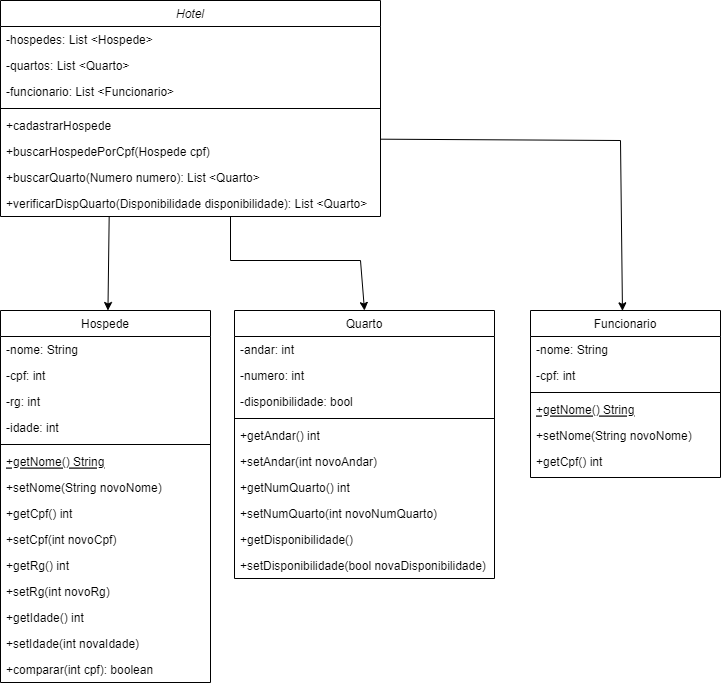
Earlier version of the draw.io export Engenharia de Software/Diagrama de Classes UML.drawio.png (MurilowJr/bertoti). Source tidied: cells renumbered, new cells last; positions are measured from the earlier drawing's top-left corner, leaving out a move shared by most shapes.
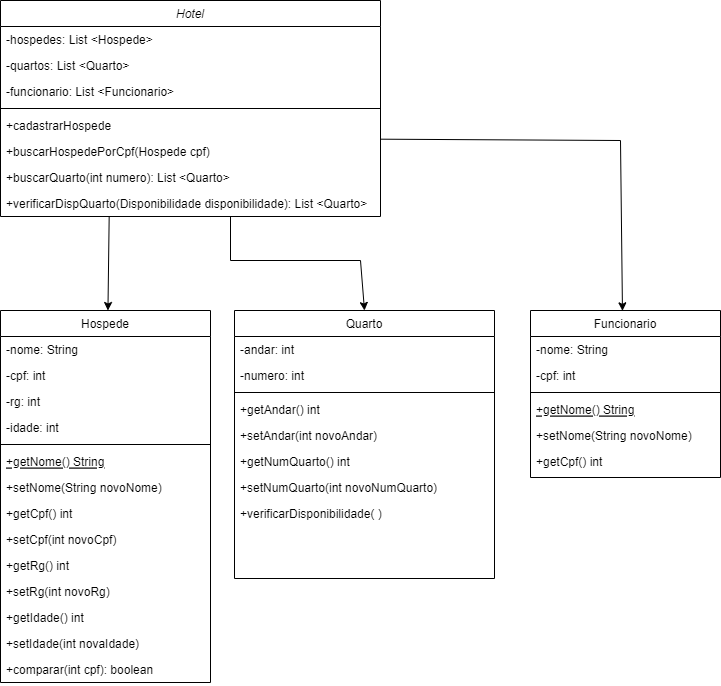
The same file after the commit.

Commit message:
Att diagrama de classes UML

Change to the diagram source:
```diff
@@ -23,7 +23,7 @@
     <mxCell id="8" value="+buscarHospedePorCpf(Hospede cpf)" style="text;align=left;verticalAlign=top;spacingLeft=4;spacingRight=4;overflow=hidden;" parent="2" vertex="1">
       <mxGeometry y="138" width="380" height="26" as="geometry" />
     </mxCell>
-    <mxCell id="9" value="+buscarQuarto(Numero numero): List &lt;Quarto&gt; " style="text;align=left;verticalAlign=top;spacingLeft=4;spacingRight=4;overflow=hidden;" parent="2" vertex="1">
+    <mxCell id="9" value="+buscarQuarto(int numero): List &lt;Quarto&gt; " style="text;align=left;verticalAlign=top;spacingLeft=4;spacingRight=4;overflow=hidden;" parent="2" vertex="1">
       <mxGeometry y="164" width="380" height="26" as="geometry" />
     </mxCell>
     <mxCell id="10" value="+verificarDispQuarto(Disponibilidade disponibilidade): List &lt;Quarto&gt; " style="text;align=left;verticalAlign=top;spacingLeft=4;spacingRight=4;overflow=hidden;points=[[0,0.5],[1,0.5]];portConstraint=eastwest;" parent="2" vertex="1">
@@ -89,30 +89,24 @@
     <mxCell id="29" value="-numero: int" style="text;align=left;verticalAlign=top;spacingLeft=4;spacingRight=4;overflow=hidden;" parent="27" vertex="1">
       <mxGeometry y="52" width="260" height="26" as="geometry" />
     </mxCell>
-    <mxCell id="30" value="-disponibilidade: bool" style="text;align=left;verticalAlign=top;spacingLeft=4;spacingRight=4;overflow=hidden;" parent="27" vertex="1">
-      <mxGeometry y="78" width="260" height="26" as="geometry" />
-    </mxCell>
     <mxCell id="31" style="line;html=1;strokeWidth=1;align=left;verticalAlign=middle;spacingTop=-1;spacingLeft=3;spacingRight=3;labelPosition=right;" parent="27" vertex="1">
-      <mxGeometry y="104" width="260" height="8" as="geometry" />
+      <mxGeometry y="78" width="260" height="8" as="geometry" />
     </mxCell>
     <mxCell id="32" value="+getAndar() int" style="text;align=left;verticalAlign=top;spacingLeft=4;spacingRight=4;overflow=hidden;" parent="27" vertex="1">
-      <mxGeometry y="112" width="260" height="26" as="geometry" />
+      <mxGeometry y="86" width="260" height="26" as="geometry" />
     </mxCell>
     <mxCell id="33" value="+setAndar(int novoAndar)" style="text;align=left;verticalAlign=top;spacingLeft=4;spacingRight=4;overflow=hidden;" parent="27" vertex="1">
-      <mxGeometry y="138" width="260" height="26" as="geometry" />
+      <mxGeometry y="112" width="260" height="26" as="geometry" />
     </mxCell>
     <mxCell id="34" value="+getNumQuarto() int" style="text;align=left;verticalAlign=top;spacingLeft=4;spacingRight=4;overflow=hidden;" parent="27" vertex="1">
-      <mxGeometry y="164" width="260" height="26" as="geometry" />
+      <mxGeometry y="138" width="260" height="26" as="geometry" />
     </mxCell>
     <mxCell id="35" value="+setNumQuarto(int novoNumQuarto) " style="text;align=left;verticalAlign=top;spacingLeft=4;spacingRight=4;overflow=hidden;" parent="27" vertex="1">
-      <mxGeometry y="190" width="260" height="26" as="geometry" />
+      <mxGeometry y="164" width="260" height="26" as="geometry" />
     </mxCell>
-    <mxCell id="36" value="+getDisponibilidade() " style="text;align=left;verticalAlign=top;spacingLeft=4;spacingRight=4;overflow=hidden;" parent="27" vertex="1">
-      <mxGeometry y="216" width="260" height="26" as="geometry" />
-    </mxCell>
-    <mxCell id="37" value="+setDisponibilidade(bool novaDisponibilidade) " style="text;align=left;verticalAlign=top;spacingLeft=4;spacingRight=4;overflow=hidden;" parent="27" vertex="1">
-      <mxGeometry y="242" width="260" height="26" as="geometry" />
-    </mxCell>
+    <mxCell id="50" value="+verificarDisponibilidade( )" style="text;align=left;verticalAlign=top;spacingLeft=4;spacingRight=4;overflow=hidden;" parent="27" vertex="1">
+      <mxGeometry y="190" width="260" height="26" as="geometry" />
+    </mxCell>
     <mxCell id="38" value="Funcionario" style="swimlane;fontStyle=0;align=center;verticalAlign=top;horizontal=1;startSize=26;rounded=0;shadow=0;strokeWidth=1;" parent="1" vertex="1">
       <mxGeometry x="530" y="310" width="190" height="167" as="geometry" />
     </mxCell>
```
